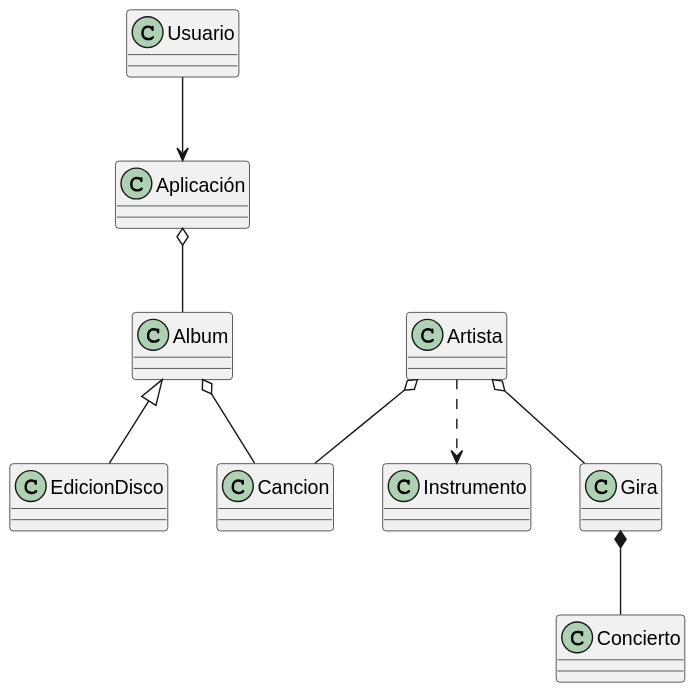
Earlier version of the PlantUML export entregas/deCosSaul/images/Dominio.svg (mmasias/25-26-IDSW2).
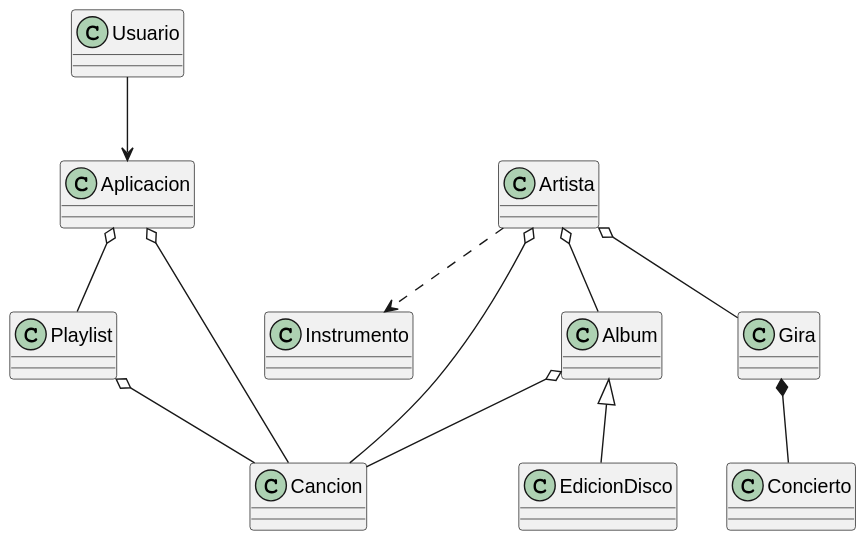
Above is the later version.

What changed in the source:
```diff
@@ -2,7 +2,10 @@
     class Usuario {
     }
 
-    class Aplicación {
+    class Aplicacion {
+    }
+
+    class Playlist {
     }
 
     class Artista {
@@ -31,10 +34,16 @@
     Gira *-- Concierto
 
     Artista o-- Cancion
+    Artista o-- Album
+    Album o-- Cancion
+
+    Aplicacion o-- Cancion
+    Aplicacion o-- Playlist
+    Playlist o-- Cancion
+
     Artista o-- Gira
-    Album o-- Cancion
-    Aplicación o-- Album
 
-    Usuario --> Aplicación
+    Usuario --> Aplicacion
+
     Artista ..> Instrumento
 @enduml
```
